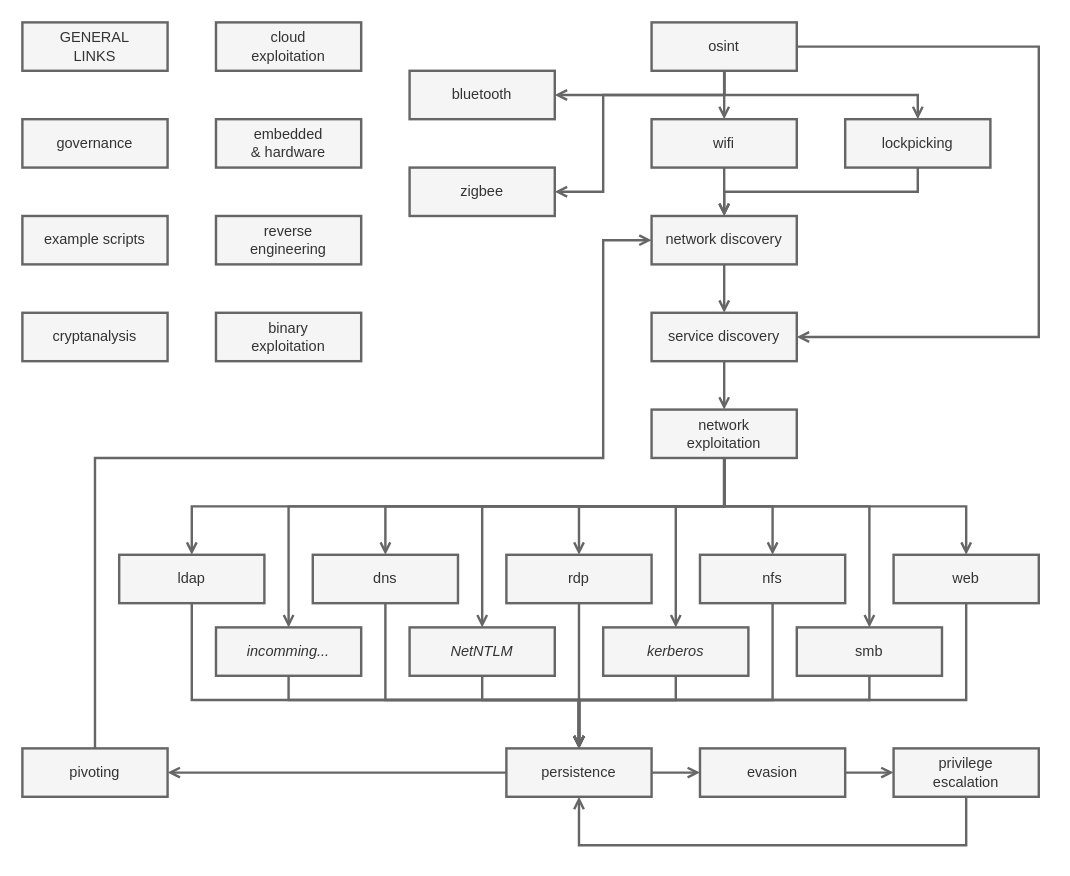
0b11stan/blog keeps this draw.io diagram as posts/notes/pwn/tree.drawio. Above is the earlier version. Source tidied: cells renumbered, new cells numbered last; positions are measured from the earlier drawing's top-left corner, leaving out a move shared by most shapes. Both pictures are drawn from the tidied source at 121%, with x=0, y=0 at pixel (22, 22).
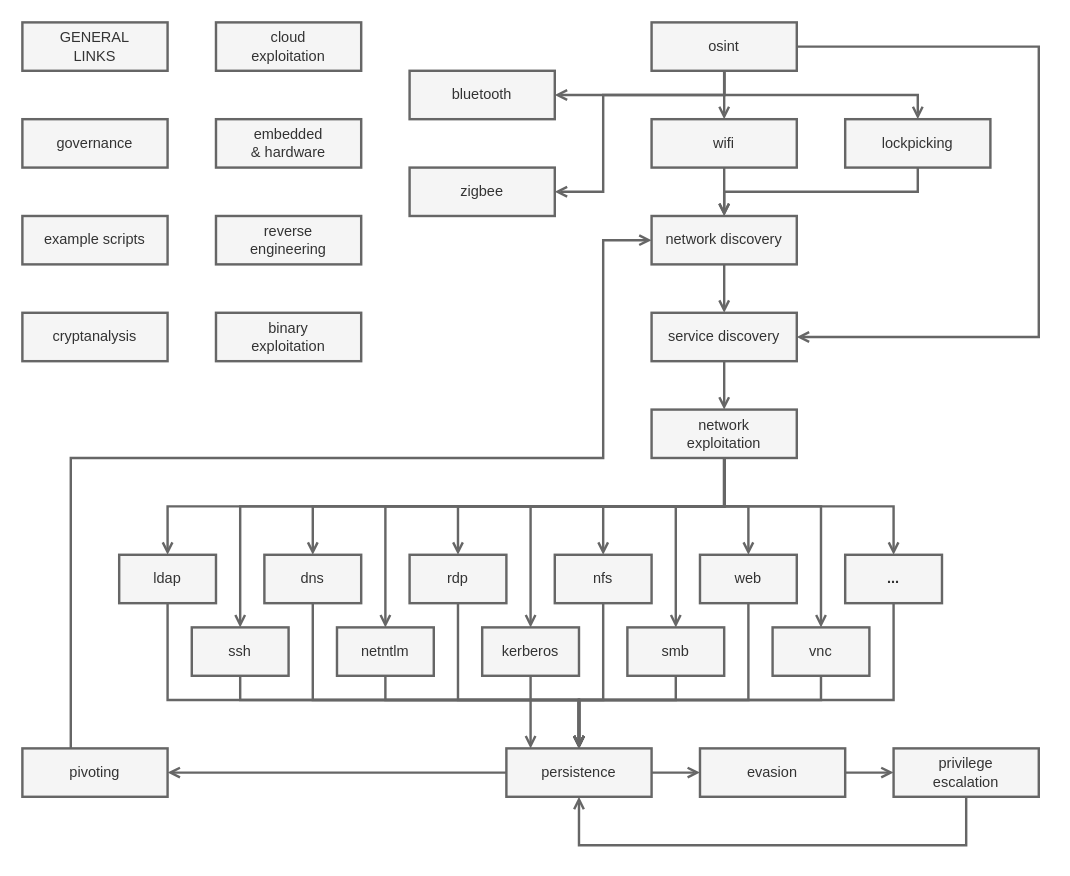
The same page after the edit.

The change refers to these unchanged cells:
```xml
<mxCell id="15" value="network discovery" style="rounded=0;whiteSpace=wrap;html=1;fillColor=#f5f5f5;fontColor=#333333;strokeColor=#666666;strokeWidth=2;" parent="1" vertex="1">
  <mxGeometry x="520" y="160" width="120" height="40" as="geometry" />
</mxCell>
<mxCell id="37" value="persistence" style="rounded=0;whiteSpace=wrap;html=1;fillColor=#f5f5f5;fontColor=#333333;strokeColor=#666666;strokeWidth=2;" parent="1" vertex="1">
  <mxGeometry x="400" y="600" width="120" height="40" as="geometry" />
</mxCell>
<mxCell id="41" value="pivoting" style="rounded=0;whiteSpace=wrap;html=1;fillColor=#f5f5f5;fontColor=#333333;strokeColor=#666666;strokeWidth=2;" parent="1" vertex="1">
  <mxGeometry y="600" width="120" height="40" as="geometry" />
</mxCell>
<mxCell id="57" value="network&lt;br&gt;exploitation" style="rounded=0;whiteSpace=wrap;html=1;fillColor=#f5f5f5;fontColor=#333333;strokeColor=#666666;strokeWidth=2;" parent="1" vertex="1">
  <mxGeometry x="520" y="320" width="120" height="40" as="geometry" />
</mxCell>
```

What changed in the source:
```diff
@@
     <mxCell id="12" style="edgeStyle=orthogonalEdgeStyle;rounded=0;jettySize=auto;html=1;fillColor=#f5f5f5;strokeColor=#666666;strokeWidth=2;endArrow=open;endFill=0;" parent="1" edge="1" source="13" target="37">
       <mxGeometry relative="1" as="geometry">
         <Array as="points">
-          <mxPoint x="780" y="560" />
+          <mxPoint x="600" y="560" />
           <mxPoint x="460" y="560" />
         </Array>
       </mxGeometry>
     </mxCell>
     <mxCell id="13" value="web" style="rounded=0;whiteSpace=wrap;html=1;fillColor=#f5f5f5;fontColor=#333333;strokeColor=#666666;strokeWidth=2;" parent="1" vertex="1">
-      <mxGeometry x="720" y="440" width="120" height="40" as="geometry" />
+      <mxGeometry x="560" y="440" width="80" height="40" as="geometry" />
     </mxCell>
@@
     <mxCell id="16" style="edgeStyle=orthogonalEdgeStyle;rounded=0;jettySize=auto;html=1;fillColor=#f5f5f5;strokeColor=#666666;strokeWidth=2;endArrow=open;endFill=0;" parent="1" edge="1" source="57" target="28">
       <mxGeometry relative="1" as="geometry">
         <Array as="points">
           <mxPoint x="580" y="400" />
-          <mxPoint x="140" y="400" />
+          <mxPoint x="120" y="400" />
         </Array>
       </mxGeometry>
     </mxCell>
     <mxCell id="17" style="edgeStyle=orthogonalEdgeStyle;rounded=0;jettySize=auto;html=1;fillColor=#f5f5f5;strokeColor=#666666;strokeWidth=2;endArrow=open;endFill=0;" parent="1" edge="1" source="57" target="34">
       <mxGeometry relative="1" as="geometry">
         <Array as="points">
           <mxPoint x="580" y="400" />
-          <mxPoint x="300" y="400" />
+          <mxPoint x="240" y="400" />
         </Array>
       </mxGeometry>
     </mxCell>
     <mxCell id="18" style="edgeStyle=orthogonalEdgeStyle;rounded=0;jettySize=auto;html=1;fillColor=#f5f5f5;strokeColor=#666666;strokeWidth=2;endArrow=open;endFill=0;" parent="1" edge="1" source="57" target="32">
-      <mxGeometry relative="1" as="geometry" />
+      <mxGeometry relative="1" as="geometry">
+        <Array as="points">
+          <mxPoint x="580" y="400" />
+          <mxPoint x="360" y="400" />
+        </Array>
+      </mxGeometry>
     </mxCell>
     <mxCell id="19" style="edgeStyle=orthogonalEdgeStyle;rounded=0;jettySize=auto;html=1;fillColor=#f5f5f5;strokeColor=#666666;strokeWidth=2;endArrow=open;endFill=0;" parent="1" edge="1" source="57" target="30">
       <mxGeometry relative="1" as="geometry">
         <Array as="points">
           <mxPoint x="580" y="400" />
-          <mxPoint x="620" y="400" />
+          <mxPoint x="480" y="400" />
         </Array>
       </mxGeometry>
     </mxCell>
     <mxCell id="20" style="edgeStyle=orthogonalEdgeStyle;rounded=0;jettySize=auto;html=1;fillColor=#f5f5f5;strokeColor=#666666;strokeWidth=2;endArrow=open;endFill=0;" parent="1" edge="1" source="57" target="13">
       <mxGeometry relative="1" as="geometry">
         <Array as="points">
           <mxPoint x="580" y="400" />
-          <mxPoint x="780" y="400" />
+          <mxPoint x="600" y="400" />
         </Array>
       </mxGeometry>
     </mxCell>
     <mxCell id="21" style="edgeStyle=orthogonalEdgeStyle;rounded=0;jettySize=auto;html=1;fillColor=#f5f5f5;strokeColor=#666666;strokeWidth=2;endArrow=open;endFill=0;" parent="1" edge="1" source="57" target="43">
       <mxGeometry relative="1" as="geometry">
         <Array as="points">
           <mxPoint x="580" y="400" />
-          <mxPoint x="700" y="400" />
+          <mxPoint x="540" y="400" />
         </Array>
       </mxGeometry>
     </mxCell>
     <mxCell id="22" style="edgeStyle=orthogonalEdgeStyle;rounded=0;jettySize=auto;html=1;endArrow=open;endFill=0;strokeWidth=2;fillColor=#f5f5f5;strokeColor=#666666;" parent="1" edge="1" source="57" target="47">
       <mxGeometry relative="1" as="geometry">
         <Array as="points">
           <mxPoint x="580" y="400" />
-          <mxPoint x="220" y="400" />
+          <mxPoint x="180" y="400" />
         </Array>
       </mxGeometry>
     </mxCell>
     <mxCell id="23" style="edgeStyle=orthogonalEdgeStyle;rounded=0;jettySize=auto;html=1;endArrow=open;endFill=0;strokeWidth=2;fillColor=#f5f5f5;strokeColor=#666666;" parent="1" edge="1" source="57" target="45">
       <mxGeometry relative="1" as="geometry">
         <Array as="points">
           <mxPoint x="580" y="400" />
-          <mxPoint x="380" y="400" />
+          <mxPoint x="300" y="400" />
         </Array>
       </mxGeometry>
     </mxCell>
     <mxCell id="24" style="edgeStyle=orthogonalEdgeStyle;rounded=0;jettySize=auto;html=1;endArrow=open;endFill=0;strokeWidth=2;fillColor=#f5f5f5;strokeColor=#666666;" parent="1" edge="1" source="57" target="49">
       <mxGeometry relative="1" as="geometry">
         <Array as="points">
           <mxPoint x="580" y="400" />
-          <mxPoint x="540" y="400" />
+          <mxPoint x="420" y="400" />
         </Array>
       </mxGeometry>
     </mxCell>
@@
     <mxCell id="27" style="edgeStyle=orthogonalEdgeStyle;rounded=0;jettySize=auto;html=1;endArrow=open;endFill=0;strokeWidth=2;fillColor=#f5f5f5;strokeColor=#666666;" parent="1" edge="1" source="28" target="37">
       <mxGeometry relative="1" as="geometry">
         <Array as="points">
-          <mxPoint x="140" y="560" />
+          <mxPoint x="120" y="560" />
           <mxPoint x="460" y="560" />
         </Array>
       </mxGeometry>
     </mxCell>
     <mxCell id="28" value="ldap" style="rounded=0;whiteSpace=wrap;html=1;fillColor=#f5f5f5;fontColor=#333333;strokeColor=#666666;strokeWidth=2;" parent="1" vertex="1">
-      <mxGeometry x="80" y="440" width="120" height="40" as="geometry" />
+      <mxGeometry x="80" y="440" width="80" height="40" as="geometry" />
     </mxCell>
     <mxCell id="29" style="edgeStyle=orthogonalEdgeStyle;rounded=0;jettySize=auto;html=1;fillColor=#f5f5f5;strokeColor=#666666;strokeWidth=2;endArrow=open;endFill=0;" parent="1" edge="1" source="30" target="37">
       <mxGeometry relative="1" as="geometry">
         <Array as="points">
-          <mxPoint x="620" y="560" />
+          <mxPoint x="480" y="560" />
           <mxPoint x="460" y="560" />
         </Array>
       </mxGeometry>
     </mxCell>
     <mxCell id="30" value="nfs" style="rounded=0;whiteSpace=wrap;html=1;fillColor=#f5f5f5;fontColor=#333333;strokeColor=#666666;strokeWidth=2;" parent="1" vertex="1">
-      <mxGeometry x="560" y="440" width="120" height="40" as="geometry" />
+      <mxGeometry x="440" y="440" width="80" height="40" as="geometry" />
     </mxCell>
     <mxCell id="31" style="edgeStyle=orthogonalEdgeStyle;rounded=0;jettySize=auto;html=1;fillColor=#f5f5f5;strokeColor=#666666;strokeWidth=2;endArrow=open;endFill=0;" parent="1" edge="1" source="32" target="37">
-      <mxGeometry relative="1" as="geometry" />
+      <mxGeometry relative="1" as="geometry">
+        <Array as="points">
+          <mxPoint x="360" y="560" />
+          <mxPoint x="460" y="560" />
+        </Array>
+      </mxGeometry>
     </mxCell>
     <mxCell id="32" value="rdp" style="rounded=0;whiteSpace=wrap;html=1;fillColor=#f5f5f5;fontColor=#333333;strokeColor=#666666;strokeWidth=2;" parent="1" vertex="1">
-      <mxGeometry x="400" y="440" width="120" height="40" as="geometry" />
+      <mxGeometry x="320" y="440" width="80" height="40" as="geometry" />
     </mxCell>
     <mxCell id="33" style="edgeStyle=orthogonalEdgeStyle;rounded=0;jettySize=auto;html=1;endArrow=open;endFill=0;strokeWidth=2;fillColor=#f5f5f5;strokeColor=#666666;" parent="1" edge="1" source="34" target="37">
       <mxGeometry relative="1" as="geometry">
         <Array as="points">
-          <mxPoint x="300" y="560" />
+          <mxPoint x="240" y="560" />
           <mxPoint x="460" y="560" />
         </Array>
       </mxGeometry>
     </mxCell>
     <mxCell id="34" value="dns" style="rounded=0;whiteSpace=wrap;html=1;fillColor=#f5f5f5;fontColor=#333333;strokeColor=#666666;strokeWidth=2;" parent="1" vertex="1">
-      <mxGeometry x="240" y="440" width="120" height="40" as="geometry" />
+      <mxGeometry x="200" y="440" width="80" height="40" as="geometry" />
     </mxCell>
@@
     <mxCell id="40" style="edgeStyle=orthogonalEdgeStyle;rounded=0;jettySize=auto;html=1;fillColor=#f5f5f5;strokeColor=#666666;strokeWidth=2;endArrow=open;endFill=0;" parent="1" edge="1" source="41" target="15">
       <mxGeometry relative="1" as="geometry">
         <Array as="points">
-          <mxPoint x="60" y="360" />
+          <mxPoint x="40" y="360" />
           <mxPoint x="480" y="360" />
           <mxPoint x="480" y="180" />
         </Array>
       </mxGeometry>
     </mxCell>
@@
     <mxCell id="42" style="edgeStyle=orthogonalEdgeStyle;rounded=0;jettySize=auto;html=1;endArrow=open;endFill=0;strokeWidth=2;fillColor=#f5f5f5;strokeColor=#666666;" parent="1" edge="1" source="43" target="37">
       <mxGeometry relative="1" as="geometry">
         <Array as="points">
-          <mxPoint x="700" y="560" />
+          <mxPoint x="540" y="560" />
           <mxPoint x="460" y="560" />
         </Array>
       </mxGeometry>
     </mxCell>
     <mxCell id="43" value="smb" style="rounded=0;whiteSpace=wrap;html=1;fillColor=#f5f5f5;fontColor=#333333;strokeColor=#666666;strokeWidth=2;" parent="1" vertex="1">
-      <mxGeometry x="640" y="500" width="120" height="40" as="geometry" />
+      <mxGeometry x="500" y="500" width="80" height="40" as="geometry" />
     </mxCell>
     <mxCell id="44" style="edgeStyle=orthogonalEdgeStyle;rounded=0;jettySize=auto;html=1;endArrow=open;endFill=0;strokeWidth=2;fillColor=#f5f5f5;strokeColor=#666666;" parent="1" edge="1" source="45" target="37">
       <mxGeometry relative="1" as="geometry">
         <Array as="points">
-          <mxPoint x="380" y="560" />
+          <mxPoint x="300" y="560" />
           <mxPoint x="460" y="560" />
         </Array>
       </mxGeometry>
     </mxCell>
-    <mxCell id="45" value="&lt;i style=&quot;&quot;&gt;NetNTLM&lt;/i&gt;" style="rounded=0;whiteSpace=wrap;html=1;fillColor=#f5f5f5;fontColor=#333333;strokeColor=#666666;strokeWidth=2;" parent="1" vertex="1">
-      <mxGeometry x="320" y="500" width="120" height="40" as="geometry" />
+    <mxCell id="45" value="netntlm" style="rounded=0;whiteSpace=wrap;html=1;fillColor=#f5f5f5;fontColor=#333333;strokeColor=#666666;strokeWidth=2;" parent="1" vertex="1">
+      <mxGeometry x="260" y="500" width="80" height="40" as="geometry" />
     </mxCell>
     <mxCell id="46" style="edgeStyle=orthogonalEdgeStyle;rounded=0;jettySize=auto;html=1;endArrow=open;endFill=0;strokeWidth=2;fillColor=#f5f5f5;strokeColor=#666666;" parent="1" edge="1" source="47" target="37">
       <mxGeometry relative="1" as="geometry">
         <Array as="points">
-          <mxPoint x="220" y="560" />
+          <mxPoint x="180" y="560" />
           <mxPoint x="460" y="560" />
         </Array>
       </mxGeometry>
     </mxCell>
-    <mxCell id="47" value="&lt;i&gt;incomming...&lt;/i&gt;" style="rounded=0;whiteSpace=wrap;html=1;fillColor=#f5f5f5;fontColor=#333333;strokeColor=#666666;strokeWidth=2;" parent="1" vertex="1">
-      <mxGeometry x="160" y="500" width="120" height="40" as="geometry" />
+    <mxCell id="47" value="ssh" style="rounded=0;whiteSpace=wrap;html=1;fillColor=#f5f5f5;fontColor=#333333;strokeColor=#666666;strokeWidth=2;" parent="1" vertex="1">
+      <mxGeometry x="140" y="500" width="80" height="40" as="geometry" />
     </mxCell>
     <mxCell id="48" style="edgeStyle=orthogonalEdgeStyle;rounded=0;jettySize=auto;html=1;endArrow=open;endFill=0;strokeWidth=2;fillColor=#f5f5f5;strokeColor=#666666;" parent="1" edge="1" source="49" target="37">
       <mxGeometry relative="1" as="geometry">
         <Array as="points">
-          <mxPoint x="540" y="560" />
-          <mxPoint x="460" y="560" />
+          <mxPoint x="420" y="540" />
+          <mxPoint x="460" y="540" />
         </Array>
       </mxGeometry>
     </mxCell>
-    <mxCell id="49" value="&lt;i style=&quot;&quot;&gt;kerberos&lt;/i&gt;" style="rounded=0;whiteSpace=wrap;html=1;fillColor=#f5f5f5;fontColor=#333333;strokeColor=#666666;strokeWidth=2;" parent="1" vertex="1">
-      <mxGeometry x="480" y="500" width="120" height="40" as="geometry" />
+    <mxCell id="49" value="kerberos" style="rounded=0;whiteSpace=wrap;html=1;fillColor=#f5f5f5;fontColor=#333333;strokeColor=#666666;strokeWidth=2;" parent="1" vertex="1">
+      <mxGeometry x="380" y="500" width="80" height="40" as="geometry" />
     </mxCell>
@@
+    <mxCell id="63" style="edgeStyle=orthogonalEdgeStyle;rounded=0;jettySize=auto;html=1;fillColor=#f5f5f5;strokeColor=#666666;endArrow=open;endFill=0;strokeWidth=2;" parent="1" edge="1" source="57" target="66">
+      <mxGeometry relative="1" as="geometry">
+        <Array as="points">
+          <mxPoint x="580" y="400" />
+          <mxPoint x="660" y="400" />
+        </Array>
+      </mxGeometry>
+    </mxCell>
+    <mxCell id="64" style="edgeStyle=orthogonalEdgeStyle;rounded=0;jettySize=auto;html=1;endArrow=open;endFill=0;strokeWidth=2;fillColor=#f5f5f5;strokeColor=#666666;" parent="1" edge="1" source="57" target="68">
+      <mxGeometry relative="1" as="geometry">
+        <Array as="points">
+          <mxPoint x="580" y="400" />
+          <mxPoint x="720" y="400" />
+        </Array>
+      </mxGeometry>
+    </mxCell>
@@
+    <mxCell id="65" style="edgeStyle=orthogonalEdgeStyle;rounded=0;jettySize=auto;html=1;endArrow=open;endFill=0;strokeWidth=2;fillColor=#f5f5f5;strokeColor=#666666;" parent="1" edge="1" source="66" target="37">
+      <mxGeometry relative="1" as="geometry">
+        <Array as="points">
+          <mxPoint x="660" y="560" />
+          <mxPoint x="460" y="560" />
+        </Array>
+      </mxGeometry>
+    </mxCell>
+    <mxCell id="66" value="vnc" style="rounded=0;whiteSpace=wrap;html=1;fillColor=#f5f5f5;fontColor=#333333;strokeColor=#666666;strokeWidth=2;" parent="1" vertex="1">
+      <mxGeometry x="620" y="500" width="80" height="40" as="geometry" />
+    </mxCell>
+    <mxCell id="67" style="edgeStyle=orthogonalEdgeStyle;rounded=0;jettySize=auto;html=1;endArrow=open;endFill=0;strokeWidth=2;fillColor=#f5f5f5;strokeColor=#666666;" parent="1" edge="1" source="68" target="37">
+      <mxGeometry relative="1" as="geometry">
+        <Array as="points">
+          <mxPoint x="720" y="560" />
+          <mxPoint x="460" y="560" />
+        </Array>
+      </mxGeometry>
+    </mxCell>
+    <mxCell id="68" value="&lt;b&gt;...&lt;/b&gt;" style="rounded=0;whiteSpace=wrap;html=1;fillColor=#f5f5f5;fontColor=#333333;strokeColor=#666666;strokeWidth=2;" parent="1" vertex="1">
+      <mxGeometry x="680" y="440" width="80" height="40" as="geometry" />
+    </mxCell>
```
